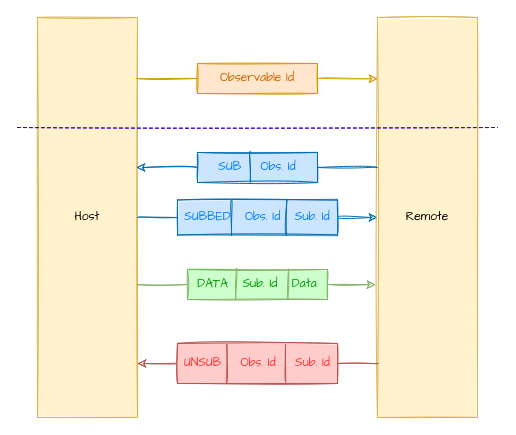
loreanvictor/observables-over-boundary keeps this draw.io diagram as communication.drawio. Above is the earlier version. Source tidied: cells renumbered, new cells numbered last; positions are measured from the earlier drawing's top-left corner, leaving out a move shared by most shapes. Both pictures are drawn from the tidied source at 100%, with x=0, y=0 at pixel (17, 17).
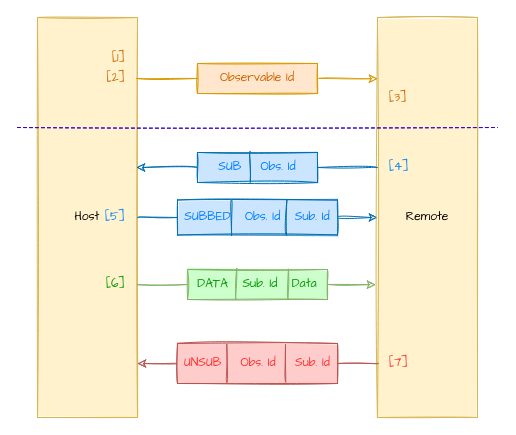
Above is the later version.

What changed in the source:
```diff
@@
+    <mxCell id="27" value="[2]" style="text;html=1;strokeColor=none;fillColor=none;align=right;verticalAlign=middle;whiteSpace=wrap;rounded=0;sketch=1;fontFamily=Comic Sans MS;fontColor=#CC6600;" parent="1" vertex="1">
+      <mxGeometry x="70" y="51" width="40" height="20" as="geometry" />
+    </mxCell>
+    <mxCell id="28" value="[1]" style="text;html=1;strokeColor=none;fillColor=none;align=right;verticalAlign=middle;whiteSpace=wrap;rounded=0;sketch=1;fontFamily=Comic Sans MS;fontColor=#CC6600;" parent="1" vertex="1">
+      <mxGeometry x="70" y="31" width="40" height="20" as="geometry" />
+    </mxCell>
+    <mxCell id="29" value="[3]" style="text;html=1;strokeColor=none;fillColor=none;align=left;verticalAlign=middle;whiteSpace=wrap;rounded=0;sketch=1;fontFamily=Comic Sans MS;fontColor=#CC6600;" parent="1" vertex="1">
+      <mxGeometry x="370" y="71" width="40" height="20" as="geometry" />
+    </mxCell>
+    <mxCell id="30" value="[4]" style="text;html=1;strokeColor=none;fillColor=none;align=left;verticalAlign=middle;whiteSpace=wrap;rounded=0;sketch=1;fontFamily=Comic Sans MS;fontColor=#007FFF;" parent="1" vertex="1">
+      <mxGeometry x="370" y="140" width="40" height="20" as="geometry" />
+    </mxCell>
+    <mxCell id="31" value="[5]" style="text;html=1;strokeColor=none;fillColor=none;align=right;verticalAlign=middle;whiteSpace=wrap;rounded=0;sketch=1;fontFamily=Comic Sans MS;fontColor=#007FFF;" parent="1" vertex="1">
+      <mxGeometry x="70" y="190" width="40" height="20" as="geometry" />
+    </mxCell>
+    <mxCell id="32" value="[6]" style="text;html=1;strokeColor=none;fillColor=none;align=right;verticalAlign=middle;whiteSpace=wrap;rounded=0;sketch=1;fontFamily=Comic Sans MS;fontColor=#009900;" parent="1" vertex="1">
+      <mxGeometry x="70" y="257" width="40" height="20" as="geometry" />
+    </mxCell>
+    <mxCell id="33" value="[7]" style="text;html=1;strokeColor=none;fillColor=none;align=left;verticalAlign=middle;whiteSpace=wrap;rounded=0;sketch=1;fontFamily=Comic Sans MS;fontColor=#FF3333;" parent="1" vertex="1">
+      <mxGeometry x="370" y="336" width="40" height="20" as="geometry" />
+    </mxCell>
```
